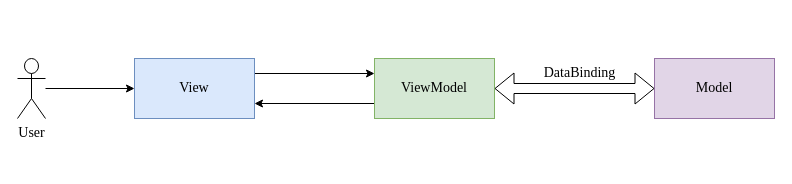
jixiuy/AccountingDemo keeps this draw.io diagram as 安卓软件架构.drawio. Above is the earlier version. Source tidied: cells renumbered, new cells numbered last; positions are measured from the earlier drawing's top-left corner, leaving out a move shared by most shapes. Both pictures are drawn from the tidied source at 100%, with x=0, y=0 at pixel (17, 58).
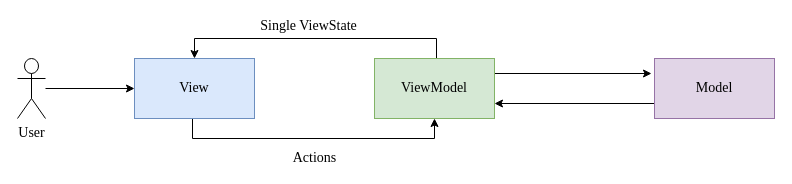
The same page after the edit.

Commit message:
更新安卓软件架构.drawio

Change to the diagram source:
```diff
@@
 <mxGraphModel>
   <root>
     <mxCell id="0" />
     <mxCell id="1" parent="0" />
-    <mxCell id="2" style="edgeStyle=orthogonalEdgeStyle;rounded=0;jettySize=auto;html=1;exitX=1;exitY=0.25;exitDx=0;exitDy=0;entryX=0;entryY=0.25;entryDx=0;entryDy=0;" parent="1" edge="1" source="3" target="7">
-      <mxGeometry relative="1" as="geometry" />
+    <mxCell id="2" value="&lt;font style=&quot;font-size: 14px;&quot; face=&quot;Times New Roman&quot;&gt;Actions&lt;/font&gt;" style="edgeStyle=orthogonalEdgeStyle;rounded=0;jettySize=auto;html=1;entryX=0.5;entryY=1;entryDx=0;entryDy=0;" parent="1" edge="1" source="3" target="7">
+      <mxGeometry x="0.01" y="-20" relative="1" as="geometry">
+        <Array as="points">
+          <mxPoint x="175" y="80" />
+          <mxPoint x="417" y="80" />
+        </Array>
+      </mxGeometry>
     </mxCell>
     <mxCell id="3" value="&lt;font&gt;View&lt;/font&gt;" style="rounded=0;whiteSpace=wrap;html=1;fontFamily=Times New Roman;fillColor=#dae8fc;strokeColor=#6c8ebf;fontSize=14;" parent="1" vertex="1">
       <mxGeometry x="117" width="120" height="60" as="geometry" />
     </mxCell>
     <mxCell id="4" style="edgeStyle=orthogonalEdgeStyle;rounded=0;jettySize=auto;html=1;" parent="1" edge="1" source="5" target="3">
       <mxGeometry relative="1" as="geometry" />
     </mxCell>
     <mxCell id="5" value="User" style="shape=umlActor;verticalLabelPosition=bottom;verticalAlign=top;html=1;outlineConnect=0;fontFamily=Times New Roman;fontSize=14;" parent="1" vertex="1">
       <mxGeometry width="28" height="60" as="geometry" />
     </mxCell>
-    <mxCell id="6" style="edgeStyle=orthogonalEdgeStyle;rounded=0;jettySize=auto;html=1;exitX=0;exitY=0.75;exitDx=0;exitDy=0;entryX=1;entryY=0.75;entryDx=0;entryDy=0;" parent="1" edge="1" source="7" target="3">
-      <mxGeometry relative="1" as="geometry" />
+    <mxCell id="6" style="edgeStyle=orthogonalEdgeStyle;rounded=0;jettySize=auto;html=1;entryX=0.5;entryY=0;entryDx=0;entryDy=0;" parent="1" edge="1" source="7" target="3">
+      <mxGeometry relative="1" as="geometry">
+        <Array as="points">
+          <mxPoint x="419" y="-20" />
+          <mxPoint x="177" y="-20" />
+        </Array>
+      </mxGeometry>
     </mxCell>
+    <mxCell id="11" value="Single ViewState" style="edgeLabel;html=1;align=center;verticalAlign=middle;fontFamily=Times New Roman;fontSize=14;" parent="6" vertex="1">
+      <mxGeometry x="0.06" y="-3" relative="1" as="geometry">
+        <mxPoint y="-10" as="offset" />
+      </mxGeometry>
+    </mxCell>
+    <mxCell id="12" style="edgeStyle=orthogonalEdgeStyle;rounded=0;jettySize=auto;html=1;exitX=1;exitY=0.25;exitDx=0;exitDy=0;" parent="1" edge="1" source="7">
+      <mxGeometry relative="1" as="geometry">
+        <mxPoint x="634" y="15" as="targetPoint" />
+      </mxGeometry>
+    </mxCell>
     <mxCell id="7" value="&lt;font&gt;ViewModel&lt;/font&gt;" style="rounded=0;whiteSpace=wrap;html=1;fontFamily=Times New Roman;fillColor=#d5e8d4;strokeColor=#82b366;fontSize=14;" parent="1" vertex="1">
       <mxGeometry x="357" width="120" height="60" as="geometry" />
     </mxCell>
+    <mxCell id="13" style="edgeStyle=orthogonalEdgeStyle;rounded=0;jettySize=auto;html=1;exitX=0;exitY=0.75;exitDx=0;exitDy=0;entryX=1;entryY=0.75;entryDx=0;entryDy=0;" parent="1" edge="1" source="8" target="7">
+      <mxGeometry relative="1" as="geometry" />
+    </mxCell>
     <mxCell id="8" value="&lt;font&gt;Model&lt;/font&gt;" style="rounded=0;whiteSpace=wrap;html=1;fontFamily=Times New Roman;fillColor=#e1d5e7;strokeColor=#9673a6;fontSize=14;" parent="1" vertex="1">
       <mxGeometry x="637" width="120" height="60" as="geometry" />
     </mxCell>
-    <mxCell id="9" style="shape=flexArrow;endArrow=classic;startArrow=classic;html=1;rounded=0;exitX=1;exitY=0.5;exitDx=0;exitDy=0;entryX=0;entryY=0.5;entryDx=0;entryDy=0;" parent="1" edge="1" source="7" target="8">
-      <mxGeometry relative="1" as="geometry" />
-    </mxCell>
-    <mxCell id="10" value="DataBinding" style="edgeLabel;html=1;align=center;verticalAlign=middle;fontFamily=Times New Roman;fontSize=14;" parent="9" vertex="1">
-      <mxGeometry x="0.05" y="1" relative="1" as="geometry">
-        <mxPoint y="-15" as="offset" />
-      </mxGeometry>
-    </mxCell>
   </root>
 </mxGraphModel>
```
